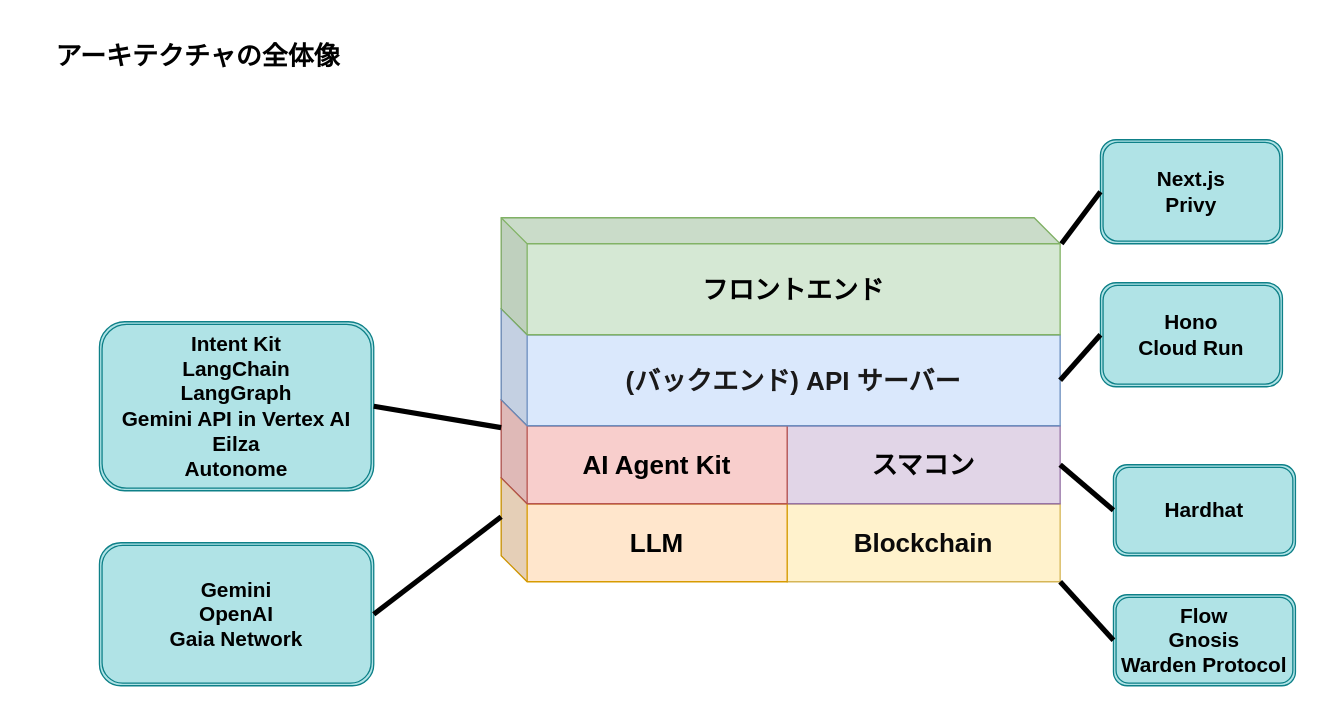
Before: docs/overview.drawio in mashharuki/GoogleAIAgentHackathon2024, a draw.io diagram. Source tidied: cells renumbered, new cells numbered last; positions are measured from the earlier drawing's top-left corner, leaving out a move shared by most shapes. Both pictures are drawn from the tidied source at 130%, with x=0, y=0 at pixel (22, 22).
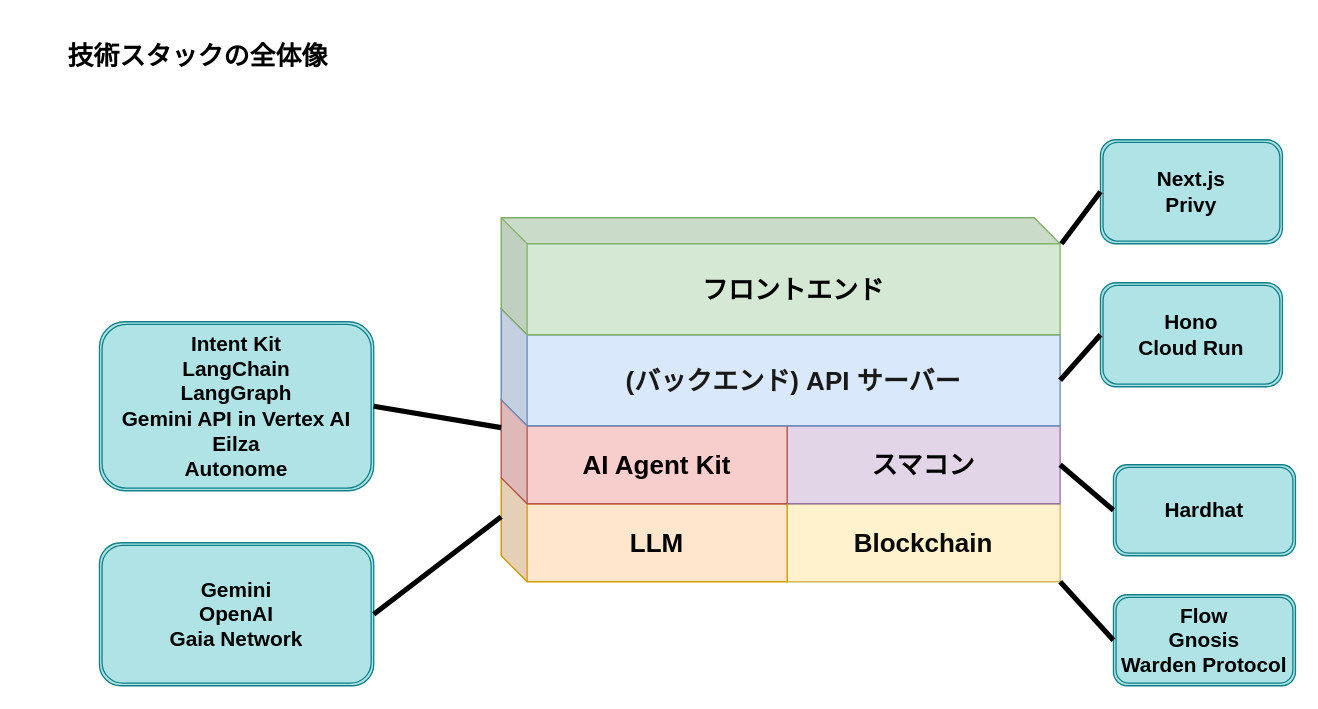
The same page after the edit.

Commit message (it also covers changes not shown here):
アーキテクチャ図を作成

Diff of the diagram source:
```diff
@@
-    <mxCell id="2" value="&lt;b&gt;&lt;font style=&quot;font-size: 20px;&quot; color=&quot;#000000&quot;&gt;アーキテクチャの全体像&lt;/font&gt;&lt;/b&gt;" style="text;html=1;strokeColor=none;fillColor=none;align=center;verticalAlign=middle;whiteSpace=wrap;rounded=0;" parent="1" vertex="1">
+    <mxCell id="2" value="&lt;b&gt;&lt;font style=&quot;font-size: 20px;&quot; color=&quot;#000000&quot;&gt;技術スタックの全体像&lt;/font&gt;&lt;/b&gt;" style="text;html=1;strokeColor=none;fillColor=none;align=center;verticalAlign=middle;whiteSpace=wrap;rounded=0;" parent="1" vertex="1">
       <mxGeometry width="270" height="50" as="geometry" />
     </mxCell>
```
